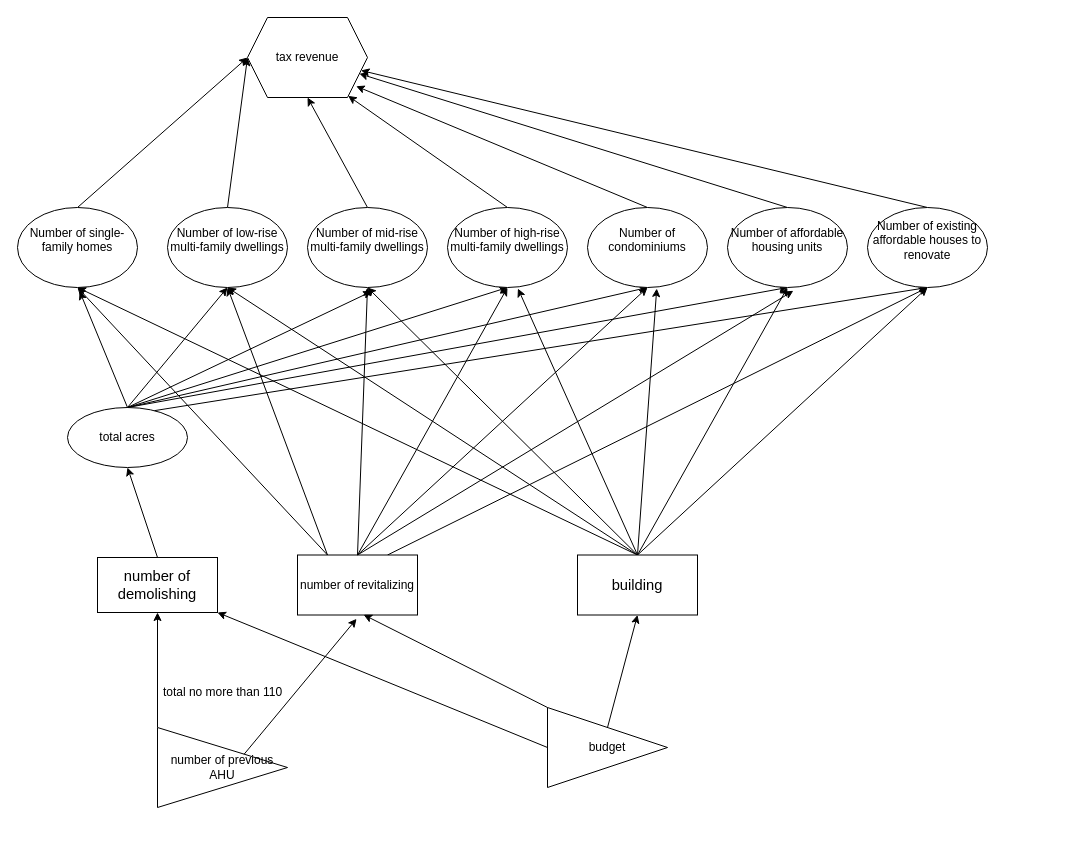
Above: influence chart.drawio in CaptainCCCP/Draw-io-cloud (draw.io), before the change. Source tidied: cells renumbered, new cells numbered last; positions are measured from the earlier drawing's top-left corner, leaving out a move shared by most shapes. Both pictures are drawn from the tidied source at 100%, with x=0, y=0 at pixel (17, 17).
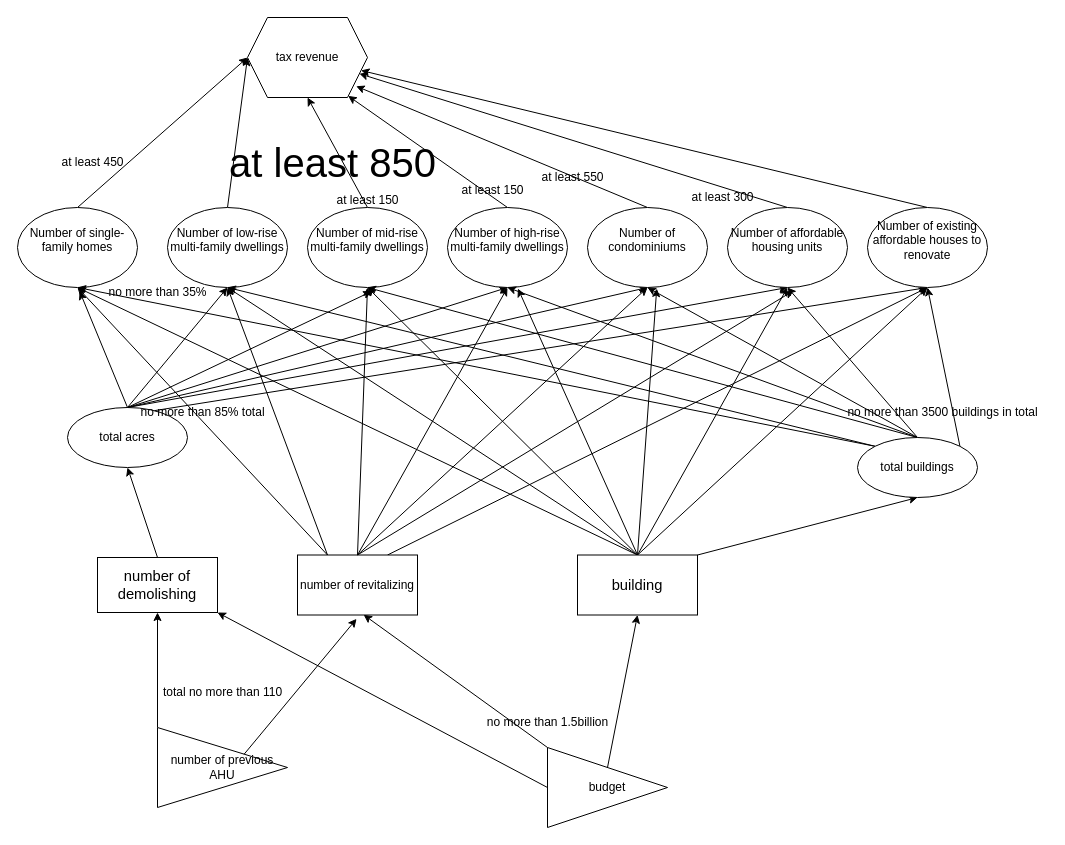
After the change.

The change refers to these unchanged cells:
```xml
<mxCell id="16" value="&#10;Number of low-rise multi-family dwellings&#10;&#10;" style="ellipse;whiteSpace=wrap;html=1;" parent="1" vertex="1">
  <mxGeometry x="150" y="190" width="120" height="80" as="geometry" />
</mxCell>
<mxCell id="18" value="&#10;Number of single-family homes&#10;&#10;" style="ellipse;whiteSpace=wrap;html=1;" parent="1" vertex="1">
  <mxGeometry y="190" width="120" height="80" as="geometry" />
</mxCell>
<mxCell id="21" value="&#10;Number of condominiums&#10;&#10;" style="ellipse;whiteSpace=wrap;html=1;" parent="1" vertex="1">
  <mxGeometry x="570" y="190" width="120" height="80" as="geometry" />
</mxCell>
<mxCell id="23" value="&#10;Number of affordable housing units&#10;&#10;" style="ellipse;whiteSpace=wrap;html=1;" parent="1" vertex="1">
  <mxGeometry x="710" y="190" width="120" height="80" as="geometry" />
</mxCell>
<mxCell id="25" value="&#10;Number of mid-rise multi-family dwellings&#10;&#10;" style="ellipse;whiteSpace=wrap;html=1;" parent="1" vertex="1">
  <mxGeometry x="290" y="190" width="120" height="80" as="geometry" />
</mxCell>
<mxCell id="27" value="&#10;Number of high-rise multi-family dwellings&#10;&#10;" style="ellipse;whiteSpace=wrap;html=1;" parent="1" vertex="1">
  <mxGeometry x="430" y="190" width="120" height="80" as="geometry" />
</mxCell>
<mxCell id="29" value="&#10;Number of existing affordable houses to renovate&#10;&#10;" style="ellipse;whiteSpace=wrap;html=1;" parent="1" vertex="1">
  <mxGeometry x="850" y="190" width="120" height="80" as="geometry" />
</mxCell>
<mxCell id="42" value="&lt;div&gt;&lt;span style=&quot;font-size: 11.04pt; font-family: &amp;quot;Arial Nova Light&amp;quot;;&quot;&gt;building&lt;/span&gt;&lt;/div&gt;" style="rounded=0;whiteSpace=wrap;html=1;" parent="1" vertex="1">
  <mxGeometry x="560" y="537.5" width="120" height="60" as="geometry" />
</mxCell>
```

Change to the diagram source:
```diff
@@
+    <mxCell id="51" style="rounded=0;jettySize=auto;html=1;exitX=1;exitY=0;exitDx=0;exitDy=0;entryX=0.5;entryY=1;entryDx=0;entryDy=0;" parent="1" edge="1" source="42" target="59">
+      <mxGeometry relative="1" as="geometry" />
+    </mxCell>
@@
     <mxCell id="47" value="budget" style="triangle;whiteSpace=wrap;html=1;" parent="1" vertex="1">
-      <mxGeometry x="530" y="690" width="120" height="80" as="geometry" />
+      <mxGeometry x="530" y="730" width="120" height="80" as="geometry" />
     </mxCell>
@@
+    <mxCell id="52" style="rounded=0;jettySize=auto;html=1;exitX=0;exitY=0;exitDx=0;exitDy=0;entryX=0.5;entryY=1;entryDx=0;entryDy=0;" parent="1" edge="1" source="59" target="18">
+      <mxGeometry relative="1" as="geometry" />
+    </mxCell>
+    <mxCell id="53" style="rounded=0;jettySize=auto;html=1;exitX=0;exitY=0;exitDx=0;exitDy=0;entryX=0.5;entryY=1;entryDx=0;entryDy=0;" parent="1" edge="1" source="59" target="16">
+      <mxGeometry relative="1" as="geometry" />
+    </mxCell>
+    <mxCell id="54" style="rounded=0;jettySize=auto;html=1;exitX=0.5;exitY=0;exitDx=0;exitDy=0;entryX=0.5;entryY=1;entryDx=0;entryDy=0;" parent="1" edge="1" source="59" target="25">
+      <mxGeometry relative="1" as="geometry" />
+    </mxCell>
+    <mxCell id="55" style="rounded=0;jettySize=auto;html=1;exitX=0.5;exitY=0;exitDx=0;exitDy=0;entryX=0.5;entryY=1;entryDx=0;entryDy=0;" parent="1" edge="1" source="59" target="27">
+      <mxGeometry relative="1" as="geometry" />
+    </mxCell>
+    <mxCell id="56" style="rounded=0;jettySize=auto;html=1;exitX=0.5;exitY=0;exitDx=0;exitDy=0;entryX=0.5;entryY=1;entryDx=0;entryDy=0;" parent="1" edge="1" source="59" target="21">
+      <mxGeometry relative="1" as="geometry" />
+    </mxCell>
+    <mxCell id="57" style="rounded=0;jettySize=auto;html=1;exitX=0.5;exitY=0;exitDx=0;exitDy=0;entryX=0.5;entryY=1;entryDx=0;entryDy=0;" parent="1" edge="1" source="59" target="23">
+      <mxGeometry relative="1" as="geometry" />
+    </mxCell>
+    <mxCell id="58" style="rounded=0;jettySize=auto;html=1;exitX=1;exitY=0;exitDx=0;exitDy=0;entryX=0.5;entryY=1;entryDx=0;entryDy=0;" parent="1" edge="1" source="59" target="29">
+      <mxGeometry relative="1" as="geometry" />
+    </mxCell>
+    <mxCell id="59" value="total buildings" style="ellipse;rounded=0;whiteSpace=wrap;html=1;" parent="1" vertex="1">
+      <mxGeometry x="840" y="420" width="120" height="60" as="geometry" />
+    </mxCell>
+    <mxCell id="60" value="no more than 1.5billion" style="text;html=1;align=center;verticalAlign=middle;strokeColor=none;fillColor=none;" parent="1" vertex="1">
+      <mxGeometry x="460" y="690" width="140" height="30" as="geometry" />
+    </mxCell>
+    <mxCell id="61" value="at least 850" style="text;html=1;align=center;verticalAlign=middle;strokeColor=none;fillColor=none;fontSize=40;" parent="1" vertex="1">
+      <mxGeometry x="200" y="115" width="230" height="60" as="geometry" />
+    </mxCell>
+    <mxCell id="62" value="at least 550" style="text;html=1;align=center;verticalAlign=middle;strokeColor=none;fillColor=none;" parent="1" vertex="1">
+      <mxGeometry x="510" y="145" width="90" height="30" as="geometry" />
+    </mxCell>
+    <mxCell id="63" value="at least 450" style="text;html=1;align=center;verticalAlign=middle;strokeColor=none;fillColor=none;" parent="1" vertex="1">
+      <mxGeometry x="30" y="130" width="90" height="30" as="geometry" />
+    </mxCell>
+    <mxCell id="64" value="at least 150&lt;div&gt;&lt;br&gt;&lt;/div&gt;" style="text;html=1;align=center;verticalAlign=middle;strokeColor=none;fillColor=none;" parent="1" vertex="1">
+      <mxGeometry x="305" y="170" width="90" height="40" as="geometry" />
+    </mxCell>
+    <mxCell id="65" value="at least 150&lt;div&gt;&lt;br&gt;&lt;/div&gt;" style="text;html=1;align=center;verticalAlign=middle;strokeColor=none;fillColor=none;" parent="1" vertex="1">
+      <mxGeometry x="430" y="160" width="90" height="40" as="geometry" />
+    </mxCell>
+    <mxCell id="66" value="at least 300" style="text;html=1;align=center;verticalAlign=middle;strokeColor=none;fillColor=none;" parent="1" vertex="1">
+      <mxGeometry x="660" y="165" width="90" height="30" as="geometry" />
+    </mxCell>
+    <mxCell id="67" value="no more than 35%" style="text;html=1;align=center;verticalAlign=middle;strokeColor=none;fillColor=none;" parent="1" vertex="1">
+      <mxGeometry x="80" y="260" width="120" height="30" as="geometry" />
+    </mxCell>
+    <mxCell id="68" value="no more than 85% total" style="text;html=1;align=center;verticalAlign=middle;strokeColor=none;fillColor=none;" parent="1" vertex="1">
+      <mxGeometry x="110" y="380" width="150" height="30" as="geometry" />
+    </mxCell>
+    <mxCell id="69" value="no more than 3500 buildings in total" style="text;html=1;align=center;verticalAlign=middle;strokeColor=none;fillColor=none;" parent="1" vertex="1">
+      <mxGeometry x="820" y="380" width="210" height="30" as="geometry" />
+    </mxCell>
```
